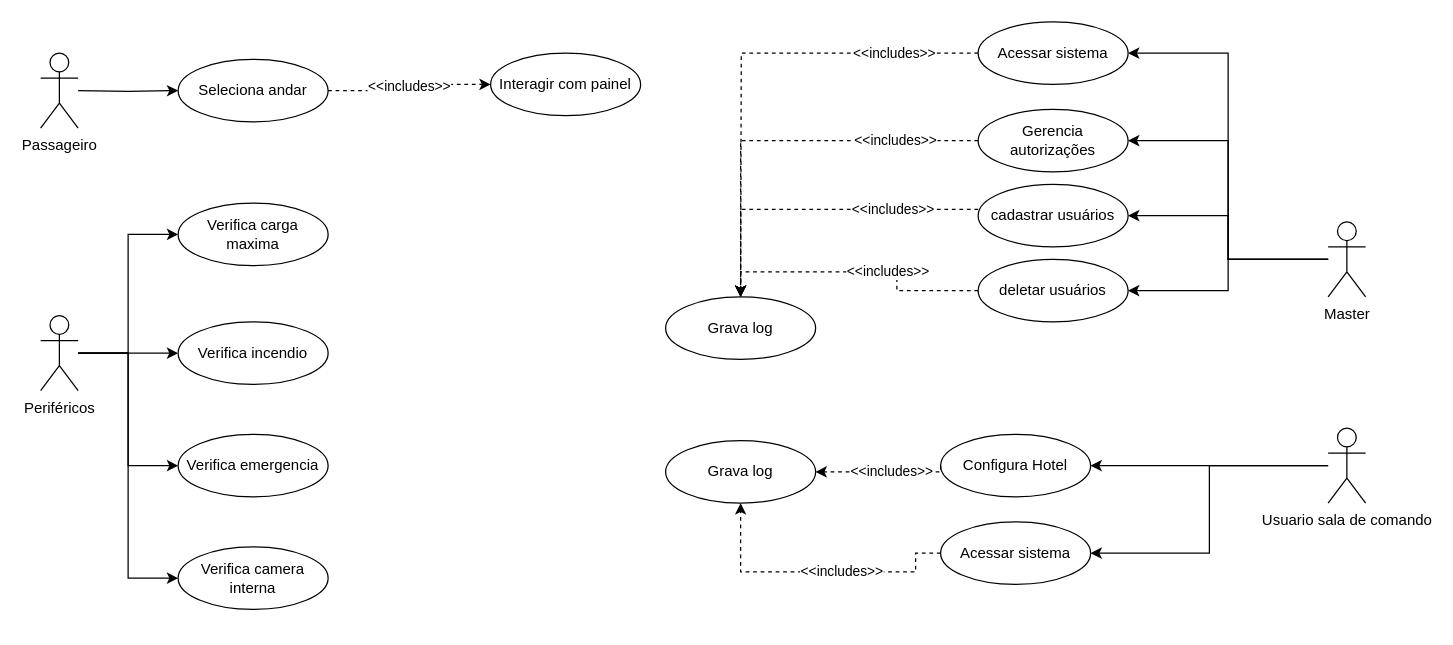
This is diagramaElevador (1).drawio from EnzoPellegrini/ElevadorProject, a draw.io file, before an edit. Source tidied: cells renumbered, new cells numbered last; positions are measured from the earlier drawing's top-left corner, leaving out a move shared by most shapes. Both pictures are drawn from the tidied source at 125%, with x=0, y=0 at pixel (40, 21).
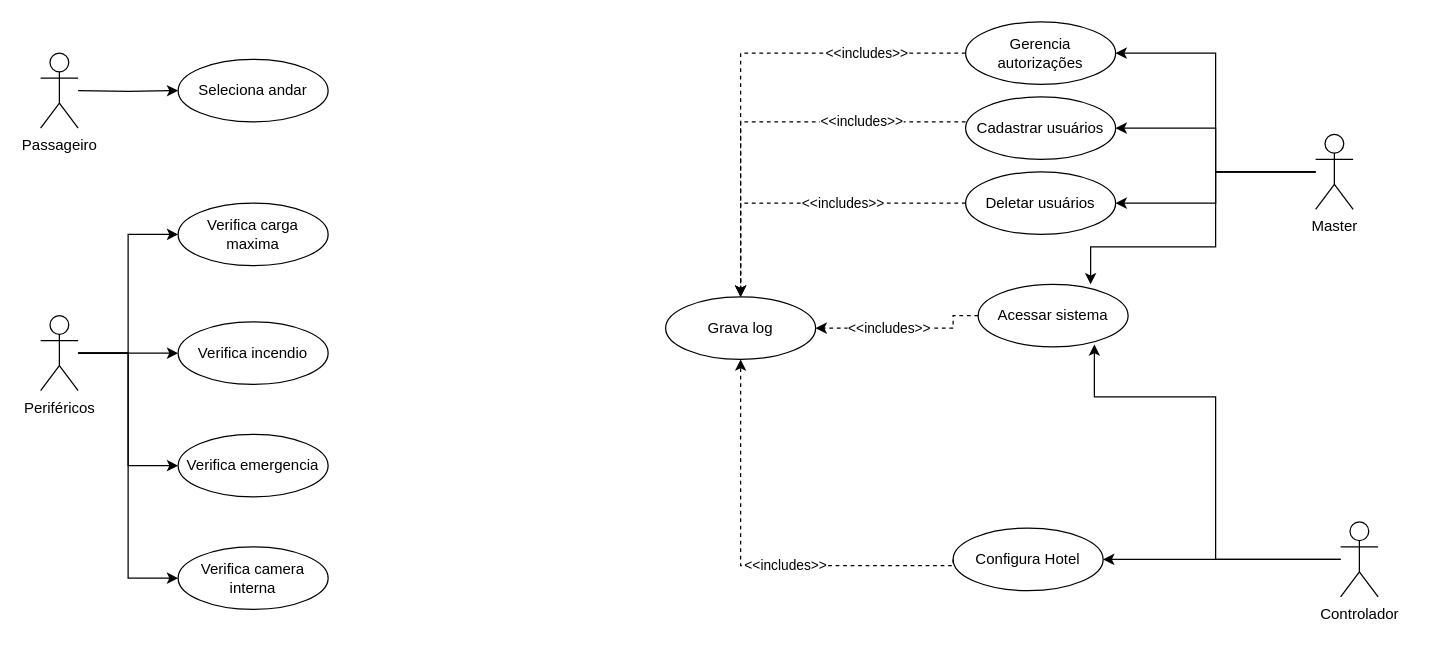
The same diagram, later.

The change refers to these unchanged cells:
```xml
<mxCell id="9" value="Seleciona andar" style="ellipse;whiteSpace=wrap;html=1;" parent="1" vertex="1">
  <mxGeometry x="110" y="30" width="120" height="50" as="geometry" />
</mxCell>
<mxCell id="11" value="Grava log" style="ellipse;whiteSpace=wrap;html=1;" parent="1" vertex="1">
  <mxGeometry x="500" y="220" width="120" height="50" as="geometry" />
</mxCell>
```

Change to the diagram source:
```diff
@@
-    <mxCell id="6" style="edgeStyle=orthogonalEdgeStyle;rounded=0;jettySize=auto;html=1;entryX=1;entryY=0.5;entryDx=0;entryDy=0;" parent="1" edge="1" source="8" target="31">
-      <mxGeometry relative="1" as="geometry" />
-    </mxCell>
@@
+    <mxCell id="38" style="edgeStyle=orthogonalEdgeStyle;rounded=0;jettySize=auto;html=1;entryX=0.75;entryY=0;entryDx=0;entryDy=0;entryPerimeter=0;" parent="1" edge="1" source="8" target="33">
+      <mxGeometry relative="1" as="geometry">
+        <Array as="points">
+          <mxPoint x="940" y="120" />
+          <mxPoint x="940" y="180" />
+          <mxPoint x="840" y="180" />
+        </Array>
+      </mxGeometry>
+    </mxCell>
     <mxCell id="8" value="Master" style="shape=umlActor;verticalLabelPosition=bottom;verticalAlign=top;html=1;outlineConnect=0;" parent="1" vertex="1">
-      <mxGeometry x="1030" y="160" width="30" height="60" as="geometry" />
+      <mxGeometry x="1020" y="90" width="30" height="60" as="geometry" />
     </mxCell>
@@
     <mxCell id="10" value="Gerencia autorizações" style="ellipse;whiteSpace=wrap;html=1;" parent="1" vertex="1">
-      <mxGeometry x="750" y="70" width="120" height="50" as="geometry" />
+      <mxGeometry x="740" width="120" height="50" as="geometry" />
     </mxCell>
@@
-    <mxCell id="13" style="edgeStyle=orthogonalEdgeStyle;rounded=0;jettySize=auto;html=1;entryX=1;entryY=0.5;entryDx=0;entryDy=0;" parent="1" edge="1" source="14" target="33">
-      <mxGeometry relative="1" as="geometry" />
+    <mxCell id="13" style="edgeStyle=orthogonalEdgeStyle;rounded=0;jettySize=auto;html=1;entryX=0.775;entryY=0.96;entryDx=0;entryDy=0;entryPerimeter=0;" parent="1" edge="1" source="14" target="33">
+      <mxGeometry relative="1" as="geometry">
+        <Array as="points">
+          <mxPoint x="940" y="430" />
+          <mxPoint x="940" y="300" />
+          <mxPoint x="843" y="300" />
+        </Array>
+      </mxGeometry>
     </mxCell>
-    <mxCell id="14" value="Usuario sala de comando" style="shape=umlActor;verticalLabelPosition=bottom;verticalAlign=top;html=1;outlineConnect=0;" parent="1" vertex="1">
-      <mxGeometry x="1030" y="325" width="30" height="60" as="geometry" />
+    <mxCell id="14" value="Controlador" style="shape=umlActor;verticalLabelPosition=bottom;verticalAlign=top;html=1;outlineConnect=0;" parent="1" vertex="1">
+      <mxGeometry x="1040" y="400" width="30" height="60" as="geometry" />
     </mxCell>
-    <mxCell id="15" value="cadastrar usuários" style="ellipse;whiteSpace=wrap;html=1;" parent="1" vertex="1">
-      <mxGeometry x="750" y="130" width="120" height="50" as="geometry" />
+    <mxCell id="15" value="Cadastrar usuários" style="ellipse;whiteSpace=wrap;html=1;" parent="1" vertex="1">
+      <mxGeometry x="740" y="60" width="120" height="50" as="geometry" />
     </mxCell>
-    <mxCell id="16" value="Interagir com painel" style="ellipse;whiteSpace=wrap;html=1;" parent="1" vertex="1">
-      <mxGeometry x="360" y="25" width="120" height="50" as="geometry" />
-    </mxCell>
-    <mxCell id="17" value="&amp;lt;&amp;lt;includes&amp;gt;&amp;gt;" style="edgeStyle=orthogonalEdgeStyle;rounded=0;jettySize=auto;html=1;dashed=1;exitX=1;exitY=0.5;exitDx=0;exitDy=0;entryX=0;entryY=0.5;entryDx=0;entryDy=0;" parent="1" edge="1" source="9" target="16">
-      <mxGeometry relative="1" as="geometry" />
-    </mxCell>
@@
     <mxCell id="25" value="Configura Hotel" style="ellipse;whiteSpace=wrap;html=1;" parent="1" vertex="1">
-      <mxGeometry x="720" y="330" width="120" height="50" as="geometry" />
+      <mxGeometry x="730" y="405" width="120" height="50" as="geometry" />
     </mxCell>
@@
-    <mxCell id="29" value="Grava log" style="ellipse;whiteSpace=wrap;html=1;" parent="1" vertex="1">
-      <mxGeometry x="500" y="335" width="120" height="50" as="geometry" />
-    </mxCell>
-    <mxCell id="30" value="&amp;lt;&amp;lt;includes&amp;gt;&amp;gt;" style="edgeStyle=orthogonalEdgeStyle;rounded=0;jettySize=auto;html=1;dashed=1;exitX=0;exitY=0.5;exitDx=0;exitDy=0;entryX=1;entryY=0.5;entryDx=0;entryDy=0;" parent="1" edge="1" source="25" target="29">
+    <mxCell id="30" value="&amp;lt;&amp;lt;includes&amp;gt;&amp;gt;" style="edgeStyle=orthogonalEdgeStyle;rounded=0;jettySize=auto;html=1;dashed=1;exitX=0;exitY=0.5;exitDx=0;exitDy=0;entryX=0.5;entryY=1;entryDx=0;entryDy=0;" parent="1" edge="1" source="25" target="11">
       <mxGeometry x="-0.19" relative="1" as="geometry">
         <Array as="points">
-          <mxPoint x="720" y="360" />
+          <mxPoint x="730" y="435" />
+          <mxPoint x="560" y="435" />
         </Array>
         <mxPoint x="-1" as="offset" />
       </mxGeometry>
     </mxCell>
-    <mxCell id="31" value="Acessar sistema" style="ellipse;whiteSpace=wrap;html=1;" parent="1" vertex="1">
-      <mxGeometry x="750" width="120" height="50" as="geometry" />
-    </mxCell>
-    <mxCell id="32" value="&amp;lt;&amp;lt;includes&amp;gt;&amp;gt;" style="edgeStyle=orthogonalEdgeStyle;rounded=0;jettySize=auto;html=1;dashed=1;exitX=0;exitY=0.5;exitDx=0;exitDy=0;" parent="1" edge="1" source="31">
-      <mxGeometry x="-0.65" relative="1" as="geometry">
-        <mxPoint x="560" y="220" as="targetPoint" />
-      </mxGeometry>
-    </mxCell>
     <mxCell id="33" value="Acessar sistema" style="ellipse;whiteSpace=wrap;html=1;" parent="1" vertex="1">
-      <mxGeometry x="720" y="400" width="120" height="50" as="geometry" />
+      <mxGeometry x="750" y="210" width="120" height="50" as="geometry" />
     </mxCell>
-    <mxCell id="34" value="&amp;lt;&amp;lt;includes&amp;gt;&amp;gt;" style="edgeStyle=orthogonalEdgeStyle;rounded=0;jettySize=auto;html=1;dashed=1;exitX=0;exitY=0.5;exitDx=0;exitDy=0;entryX=0.5;entryY=1;entryDx=0;entryDy=0;" parent="1" edge="1" source="33" target="29">
-      <mxGeometry x="-0.19" relative="1" as="geometry">
+    <mxCell id="34" value="&amp;lt;&amp;lt;includes&amp;gt;&amp;gt;" style="edgeStyle=orthogonalEdgeStyle;rounded=0;jettySize=auto;html=1;dashed=1;exitX=0;exitY=0.5;exitDx=0;exitDy=0;entryX=1;entryY=0.5;entryDx=0;entryDy=0;" parent="1" edge="1" source="33" target="11">
+      <mxGeometry x="0.15" relative="1" as="geometry">
         <Array as="points">
-          <mxPoint x="700" y="425" />
-          <mxPoint x="700" y="440" />
-          <mxPoint x="560" y="440" />
+          <mxPoint x="730" y="235" />
+          <mxPoint x="730" y="245" />
         </Array>
-        <mxPoint x="-1" as="offset" />
       </mxGeometry>
     </mxCell>
@@
-    <mxCell id="36" value="deletar usuários" style="ellipse;whiteSpace=wrap;html=1;" parent="1" vertex="1">
-      <mxGeometry x="750" y="190" width="120" height="50" as="geometry" />
+    <mxCell id="36" value="Deletar usuários" style="ellipse;whiteSpace=wrap;html=1;" parent="1" vertex="1">
+      <mxGeometry x="740" y="120" width="120" height="50" as="geometry" />
     </mxCell>
```
